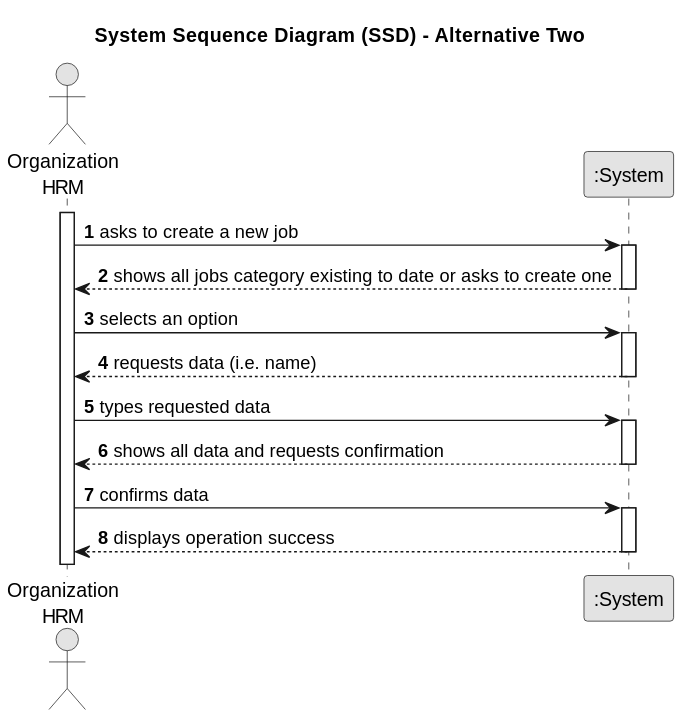
Earlier version of the PlantUML export docs/sprintA&B/us002/01.requirements-engineering/svg/us002-system-sequence-diagram-alternative-two.svg (daniel41silva05/ISEP_2023_2024_LAPR2).
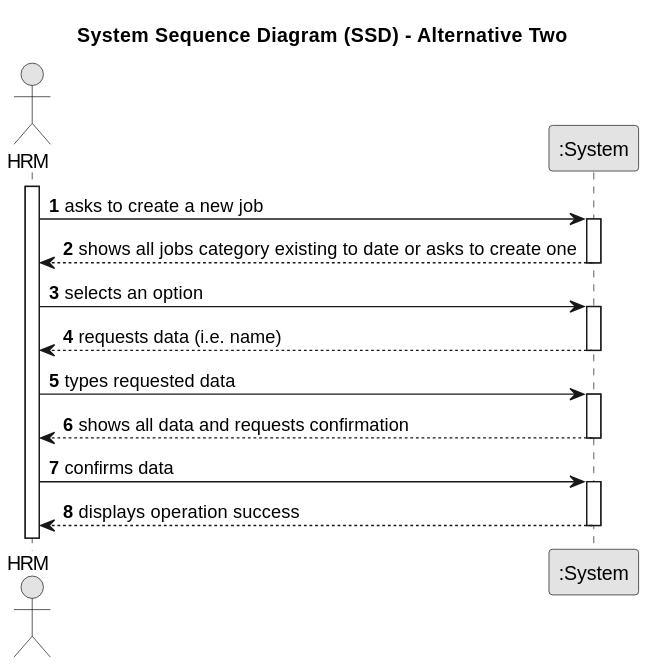
Above is the later version.

The edit, as a diff of the source:
```diff
@@ -7,32 +7,32 @@
 
 autonumber
 
-actor "Organization\nHRM" as Employee
+actor "HRM" as HRM
 participant ":System" as System
 
-activate Employee
+activate HRM
 
-    Employee -> System : asks to create a new job
+    HRM -> System : asks to create a new job
     activate System
 
-        System --> Employee : shows all jobs category existing to date or asks to create one
+        System --> HRM : shows all jobs category existing to date or asks to create one
     deactivate System
 
-    Employee -> System : selects an option
+    HRM -> System : selects an option
     activate System
 
-        System --> Employee : requests data (i.e. name)
+        System --> HRM : requests data (i.e. name)
     deactivate System
 
-    Employee -> System : types requested data
+    HRM -> System : types requested data
     activate System
 
-        System --> Employee : shows all data and requests confirmation
+        System --> HRM : shows all data and requests confirmation
     deactivate System
 
-    Employee -> System : confirms data
+    HRM -> System : confirms data
     activate System
 
-        System --> Employee : displays operation success
+        System --> HRM : displays operation success
     deactivate System
 @enduml
```
